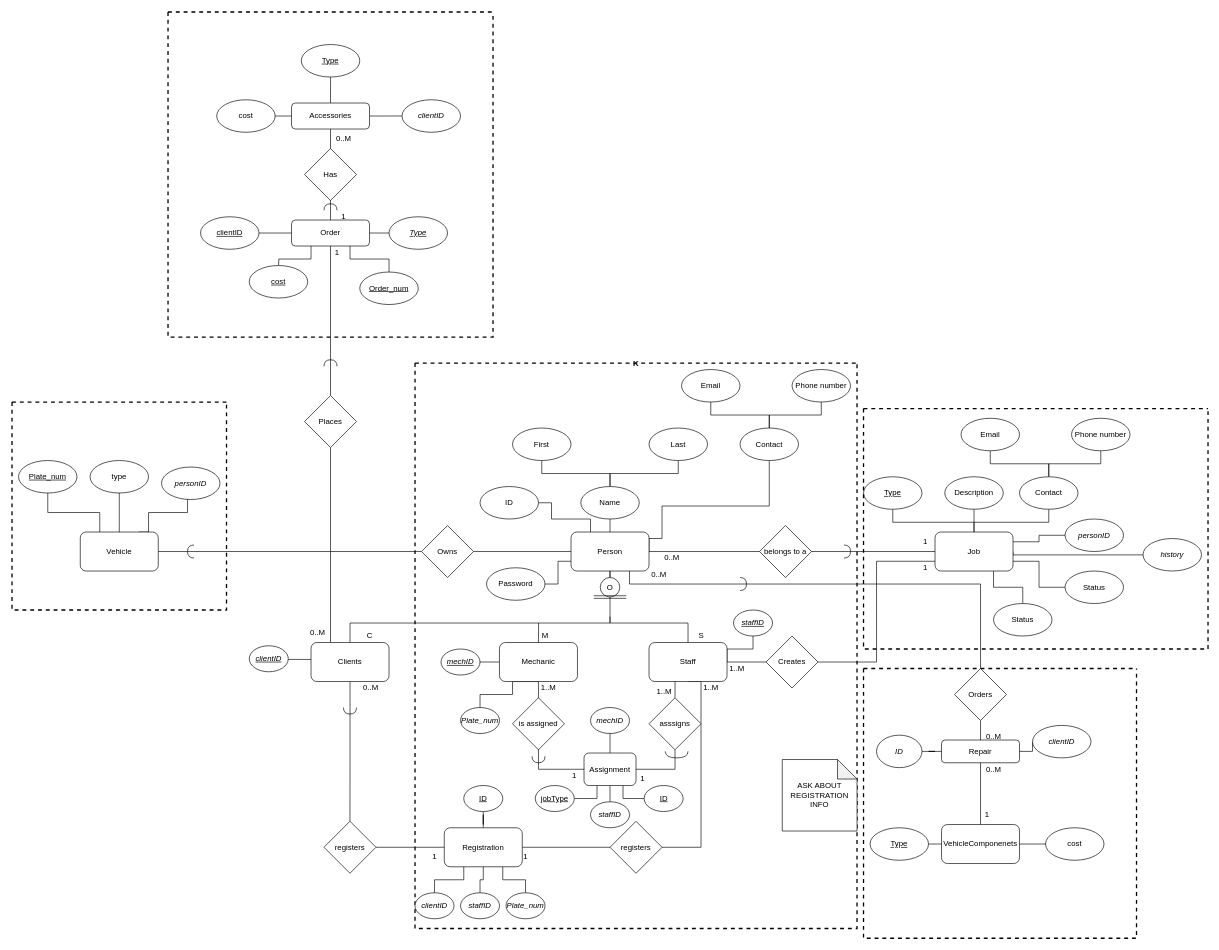
Above: Distributed Systems/AutoServe Inc EERD.drawio in A-Hazzard/School (draw.io), before the change. Source tidied: cells renumbered, new cells numbered last; positions are measured from the earlier drawing's top-left corner, leaving out a move shared by most shapes. Both pictures are drawn from the tidied source at 65%, with x=0, y=0 at pixel (12, 12).
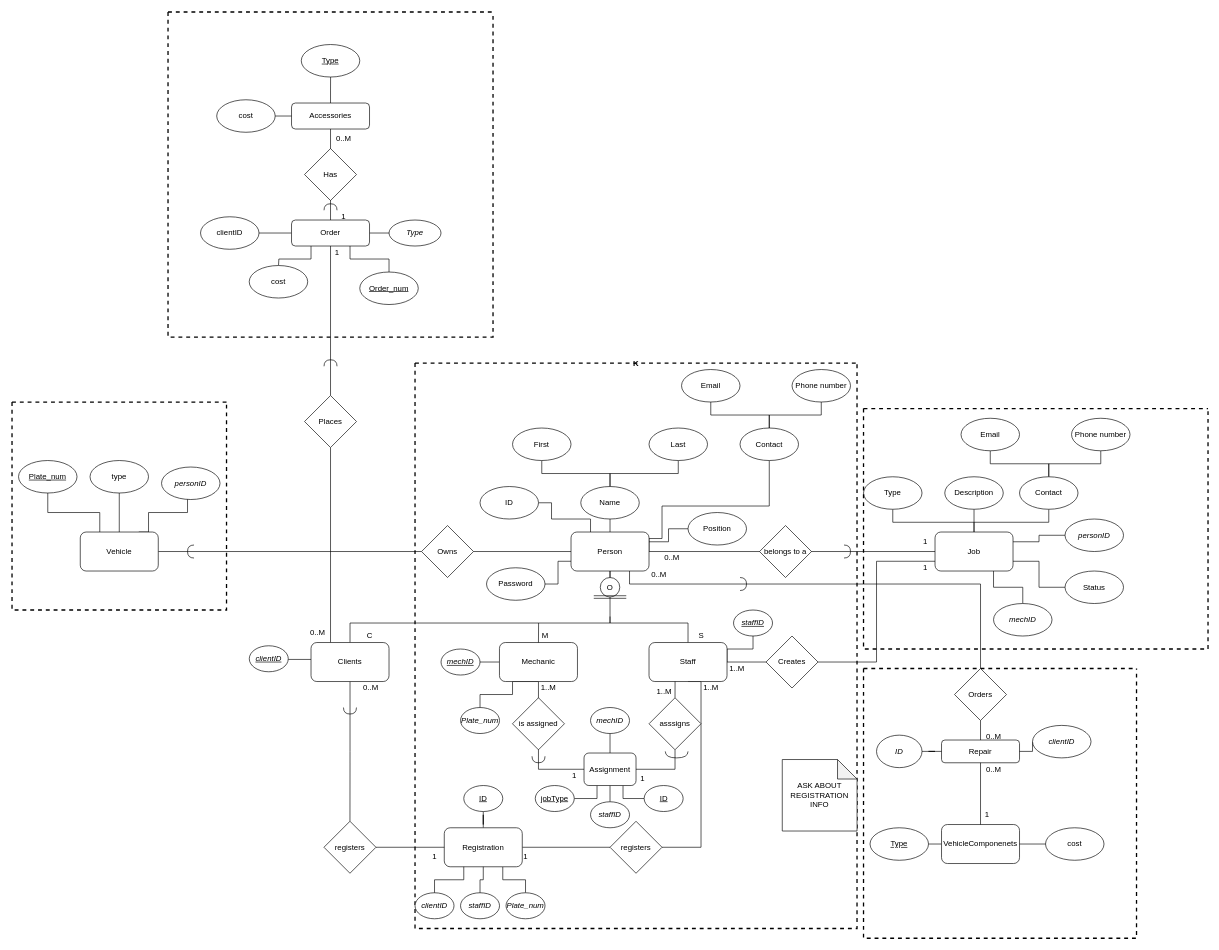
Above is the later version.

The change refers to these unchanged cells:
```xml
<mxCell id="15" value="Person" style="rounded=1;whiteSpace=wrap;html=1;" parent="1" vertex="1">
  <mxGeometry x="860" y="800" width="120" height="60" as="geometry" />
</mxCell>
<mxCell id="29" value="Job" style="rounded=1;whiteSpace=wrap;html=1;" parent="1" vertex="1">
  <mxGeometry x="1420" y="800" width="120" height="60" as="geometry" />
</mxCell>
<mxCell id="61" value="K" style="swimlane;startSize=0;dashed=1;strokeWidth=2;" parent="1" vertex="1">
  <mxGeometry x="620" y="540" width="680" height="870" as="geometry" />
</mxCell>
<mxCell id="105" style="swimlane;startSize=0;dashed=1;strokeWidth=2;" parent="1" vertex="1">
  <mxGeometry x="1310" y="610" width="530" height="370" as="geometry" />
</mxCell>
<mxCell id="154" value="Accessories" style="rounded=1;whiteSpace=wrap;html=1;" parent="1" vertex="1">
  <mxGeometry x="430" y="140" width="120" height="40" as="geometry" />
</mxCell>
<mxCell id="160" style="swimlane;startSize=0;dashed=1;strokeWidth=2;" parent="1" vertex="1">
  <mxGeometry x="240" width="500" height="500" as="geometry" />
</mxCell>
```

The edit, as a diff of the source:
```diff
@@
+    <mxCell id="171" style="edgeStyle=orthogonalEdgeStyle;rounded=0;jettySize=auto;html=1;exitX=1;exitY=0.25;exitDx=0;exitDy=0;entryX=0;entryY=0.5;entryDx=0;entryDy=0;endArrow=none;endFill=0;" parent="1" edge="1" source="15" target="172">
+      <mxGeometry relative="1" as="geometry" />
+    </mxCell>
@@
-    <mxCell id="27" style="edgeStyle=orthogonalEdgeStyle;rounded=0;jettySize=auto;html=1;exitX=1;exitY=0.5;exitDx=0;exitDy=0;endArrow=none;endFill=0;" parent="1" edge="1" source="29">
-      <mxGeometry relative="1" as="geometry">
-        <mxPoint x="1770" y="835.2" as="targetPoint" />
-        <Array as="points">
-          <mxPoint x="1540" y="835" />
-        </Array>
-      </mxGeometry>
-    </mxCell>
@@
-    <mxCell id="30" value="&lt;u&gt;Type&lt;/u&gt;" style="ellipse;whiteSpace=wrap;html=1;" parent="1" vertex="1">
+    <mxCell id="30" value="Type" style="ellipse;whiteSpace=wrap;html=1;" parent="1" vertex="1">
       <mxGeometry x="1310" y="715" width="90" height="50" as="geometry" />
     </mxCell>
@@
-    <mxCell id="52" value="&lt;i&gt;history&lt;/i&gt;" style="ellipse;whiteSpace=wrap;html=1;" parent="1" vertex="1">
-      <mxGeometry x="1740" y="810" width="90" height="50" as="geometry" />
-    </mxCell>
@@
+    <mxCell id="172" value="Position" style="ellipse;whiteSpace=wrap;html=1;" parent="61" vertex="1">
+      <mxGeometry x="420" y="230" width="90" height="50" as="geometry" />
+    </mxCell>
@@
-    <mxCell id="108" value="Status" style="ellipse;whiteSpace=wrap;html=1;" parent="105" vertex="1">
+    <mxCell id="108" value="&lt;i&gt;mechID&lt;/i&gt;" style="ellipse;whiteSpace=wrap;html=1;" parent="105" vertex="1">
       <mxGeometry x="200" y="300" width="90" height="50" as="geometry" />
     </mxCell>
@@
-    <mxCell id="149" value="&lt;u&gt;clientID&lt;/u&gt;" style="ellipse;whiteSpace=wrap;html=1;" parent="1" vertex="1">
+    <mxCell id="149" value="clientID" style="ellipse;whiteSpace=wrap;html=1;" parent="1" vertex="1">
       <mxGeometry x="290" y="315" width="90" height="50" as="geometry" />
     </mxCell>
-    <mxCell id="150" value="&lt;i&gt;Type&lt;/i&gt;" style="ellipse;whiteSpace=wrap;html=1;fontStyle=4;" parent="1" vertex="1">
-      <mxGeometry x="580" y="315" width="90" height="50" as="geometry" />
-    </mxCell>
-    <mxCell id="151" value="&lt;u&gt;cost&lt;/u&gt;" style="ellipse;whiteSpace=wrap;html=1;" parent="1" vertex="1">
+    <mxCell id="151" value="cost" style="ellipse;whiteSpace=wrap;html=1;" parent="1" vertex="1">
       <mxGeometry x="364.9" y="390" width="90" height="50" as="geometry" />
     </mxCell>
@@
-    <mxCell id="153" style="edgeStyle=orthogonalEdgeStyle;rounded=0;jettySize=auto;html=1;exitX=1;exitY=0.5;exitDx=0;exitDy=0;endArrow=none;endFill=0;startSize=15;endSize=8;" parent="1" edge="1" source="154">
-      <mxGeometry relative="1" as="geometry">
-        <mxPoint x="600" y="159.9" as="targetPoint" />
-      </mxGeometry>
-    </mxCell>
@@
-    <mxCell id="156" value="&lt;i style=&quot;&quot;&gt;clientID&lt;/i&gt;" style="ellipse;whiteSpace=wrap;html=1;" parent="1" vertex="1">
-      <mxGeometry x="600" y="135" width="90" height="50" as="geometry" />
-    </mxCell>
@@
+    <mxCell id="150" value="&lt;i&gt;Type&lt;/i&gt;" style="ellipse;whiteSpace=wrap;html=1;" parent="160" vertex="1">
+      <mxGeometry x="340" y="320" width="80" height="40" as="geometry" />
+    </mxCell>
```
